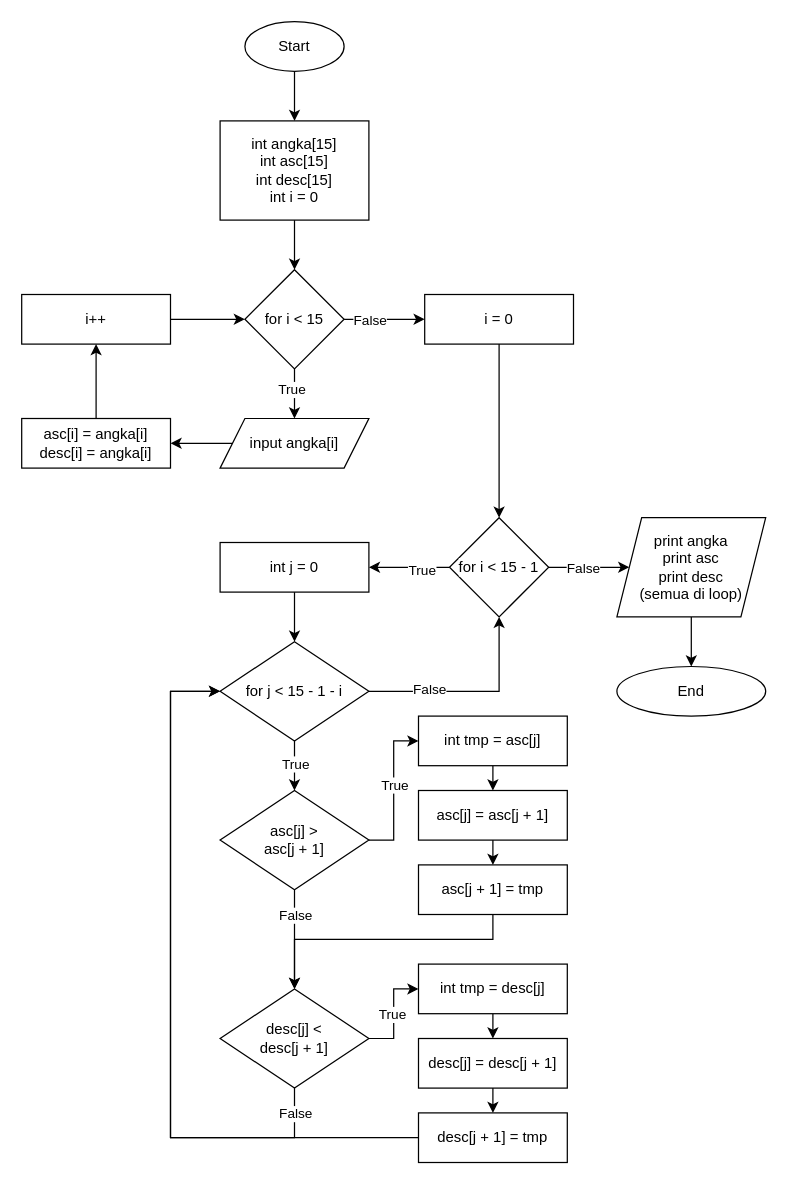
Before: c-uas-2/uas.drawio in CJRadit/tugas-sekolah, a draw.io diagram. Source tidied: cells renumbered, new cells numbered last; positions are measured from the earlier drawing's top-left corner, leaving out a move shared by most shapes. Both pictures are drawn from the tidied source at 124%, with x=0, y=0 at pixel (21, 21).
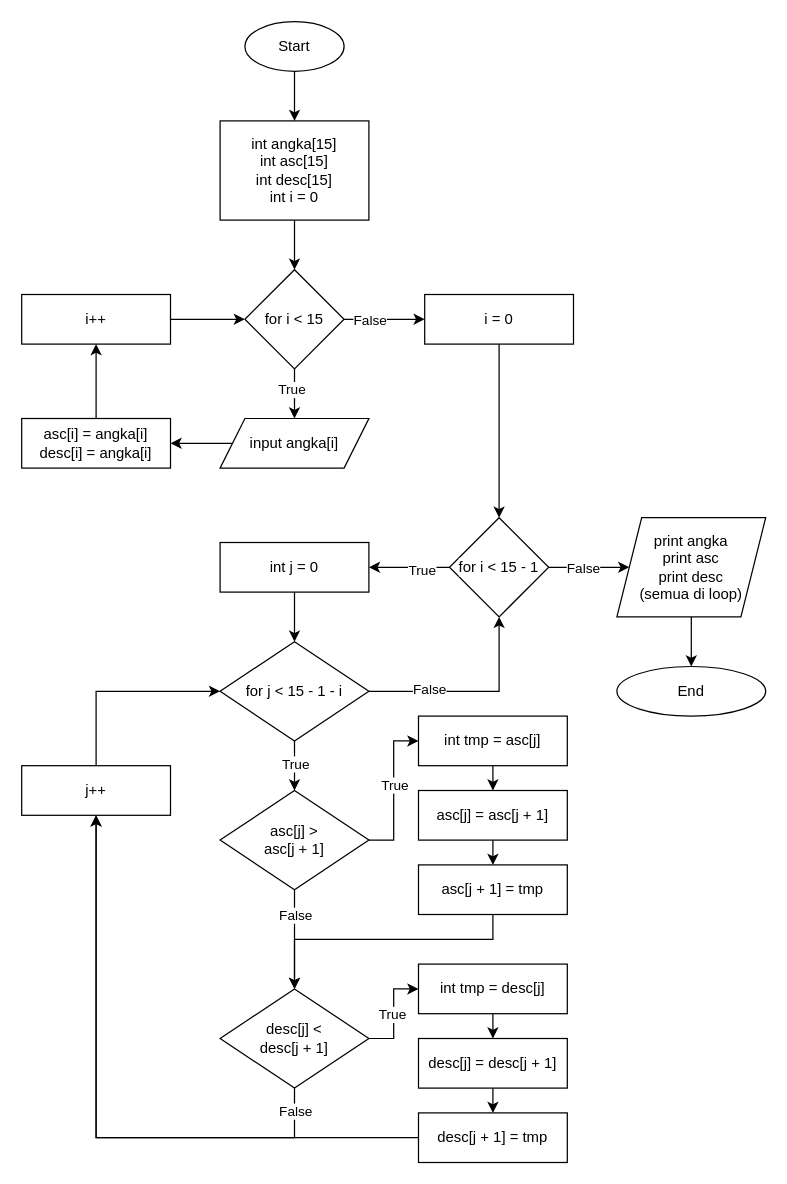
After the change.

Commit message (it also covers changes not shown here):
fix(c-uas-2): Update flowchart

The change refers to these unchanged cells:
```xml
<mxCell id="26" value="for j &amp;lt; 15 - 1 - i" style="rhombus;whiteSpace=wrap;html=1;labelBackgroundColor=default;textShadow=0;" parent="1" vertex="1">
  <mxGeometry x="160" y="500" width="120" height="80" as="geometry" />
</mxCell>
<mxCell id="47" value="desc[j + 1] = tmp" style="rounded=0;whiteSpace=wrap;html=1;labelBackgroundColor=default;textShadow=0;" parent="1" vertex="1">
  <mxGeometry x="320" y="880" width="120" height="40" as="geometry" />
</mxCell>
<mxCell id="52" value="&lt;div&gt;desc[j] &amp;lt;&lt;/div&gt;&lt;div&gt;desc[j + 1]&lt;/div&gt;" style="rhombus;whiteSpace=wrap;html=1;labelBackgroundColor=default;textShadow=0;" parent="1" vertex="1">
  <mxGeometry x="160" y="780" width="120" height="80" as="geometry" />
</mxCell>
```

The edit, as a diff of the source:
```diff
@@
-    <mxCell id="46" style="edgeStyle=orthogonalEdgeStyle;rounded=0;jettySize=auto;html=1;exitX=0;exitY=0.5;exitDx=0;exitDy=0;entryX=0;entryY=0.5;entryDx=0;entryDy=0;labelBackgroundColor=default;textShadow=0;" parent="1" edge="1" source="47" target="26">
+    <mxCell id="46" style="edgeStyle=orthogonalEdgeStyle;rounded=0;jettySize=auto;html=1;exitX=0;exitY=0.5;exitDx=0;exitDy=0;entryX=0.5;entryY=1;entryDx=0;entryDy=0;labelBackgroundColor=default;textShadow=0;" parent="1" edge="1" source="47" target="56">
       <mxGeometry relative="1" as="geometry">
         <Array as="points">
-          <mxPoint x="120" y="900" />
-          <mxPoint x="120" y="540" />
+          <mxPoint x="60" y="900" />
         </Array>
       </mxGeometry>
     </mxCell>
@@
-    <mxCell id="48" style="edgeStyle=orthogonalEdgeStyle;rounded=0;jettySize=auto;html=1;exitX=0.5;exitY=1;exitDx=0;exitDy=0;entryX=0;entryY=0.5;entryDx=0;entryDy=0;labelBackgroundColor=default;textShadow=0;" parent="1" edge="1" source="52" target="26">
+    <mxCell id="48" style="edgeStyle=orthogonalEdgeStyle;rounded=0;jettySize=auto;html=1;exitX=0.5;exitY=1;exitDx=0;exitDy=0;labelBackgroundColor=default;textShadow=0;entryX=0.5;entryY=1;entryDx=0;entryDy=0;" parent="1" edge="1" source="52" target="56">
       <mxGeometry relative="1" as="geometry">
         <Array as="points">
           <mxPoint x="220" y="900" />
-          <mxPoint x="120" y="900" />
-          <mxPoint x="120" y="540" />
+          <mxPoint x="60" y="900" />
         </Array>
       </mxGeometry>
     </mxCell>
@@
+    <mxCell id="56" value="j++" style="rounded=0;whiteSpace=wrap;html=1;labelBackgroundColor=default;textShadow=0;" parent="1" vertex="1">
+      <mxGeometry y="600" width="120" height="40" as="geometry" />
+    </mxCell>
+    <mxCell id="57" style="edgeStyle=orthogonalEdgeStyle;rounded=0;jettySize=auto;html=1;exitX=0.5;exitY=0;exitDx=0;exitDy=0;labelBackgroundColor=default;textShadow=0;entryX=0;entryY=0.5;entryDx=0;entryDy=0;" parent="1" edge="1" source="56" target="26">
+      <mxGeometry relative="1" as="geometry">
+        <Array as="points">
+          <mxPoint x="60" y="540" />
+        </Array>
+      </mxGeometry>
+    </mxCell>
```
